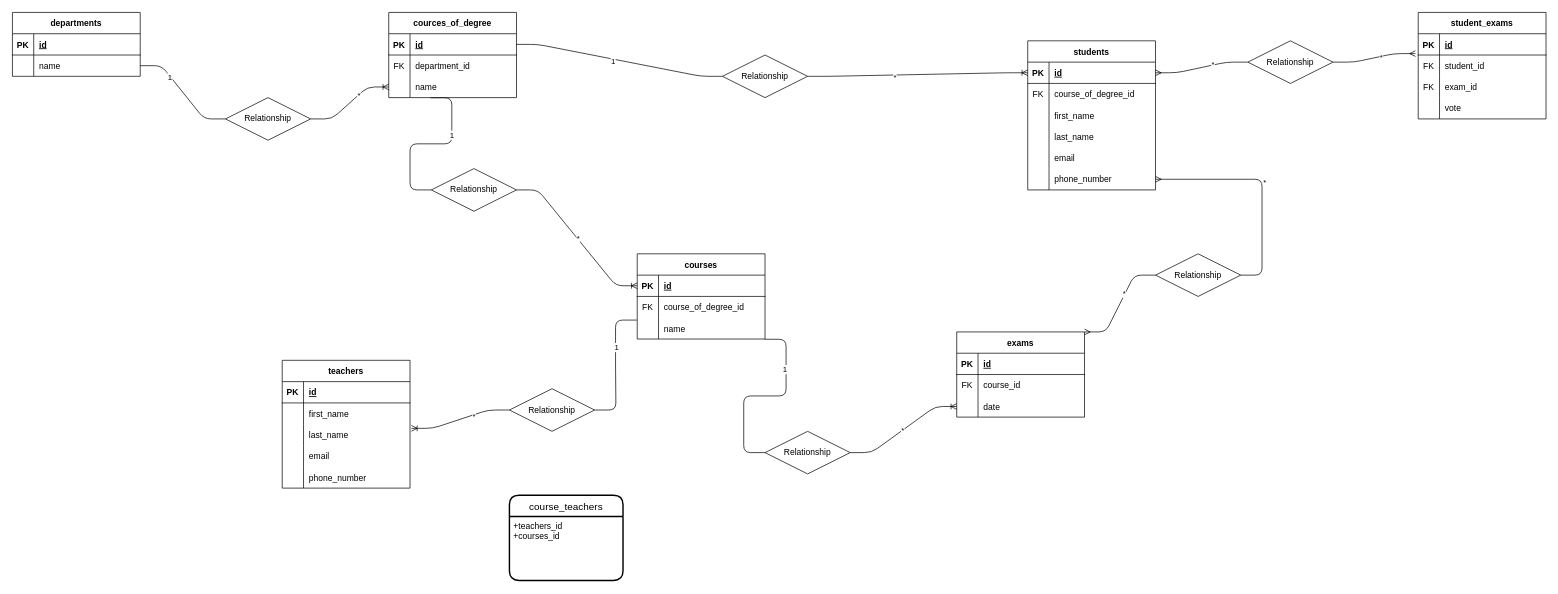
Earlier version of the draw.io diagram schema.drawio (francescopiscaglia/db-university). Source tidied: cells renumbered, new cells numbered last; positions are measured from the earlier drawing's top-left corner, leaving out a move shared by most shapes. Both pictures are drawn from the tidied source at 71%, with x=0, y=0 at pixel (12, 12).
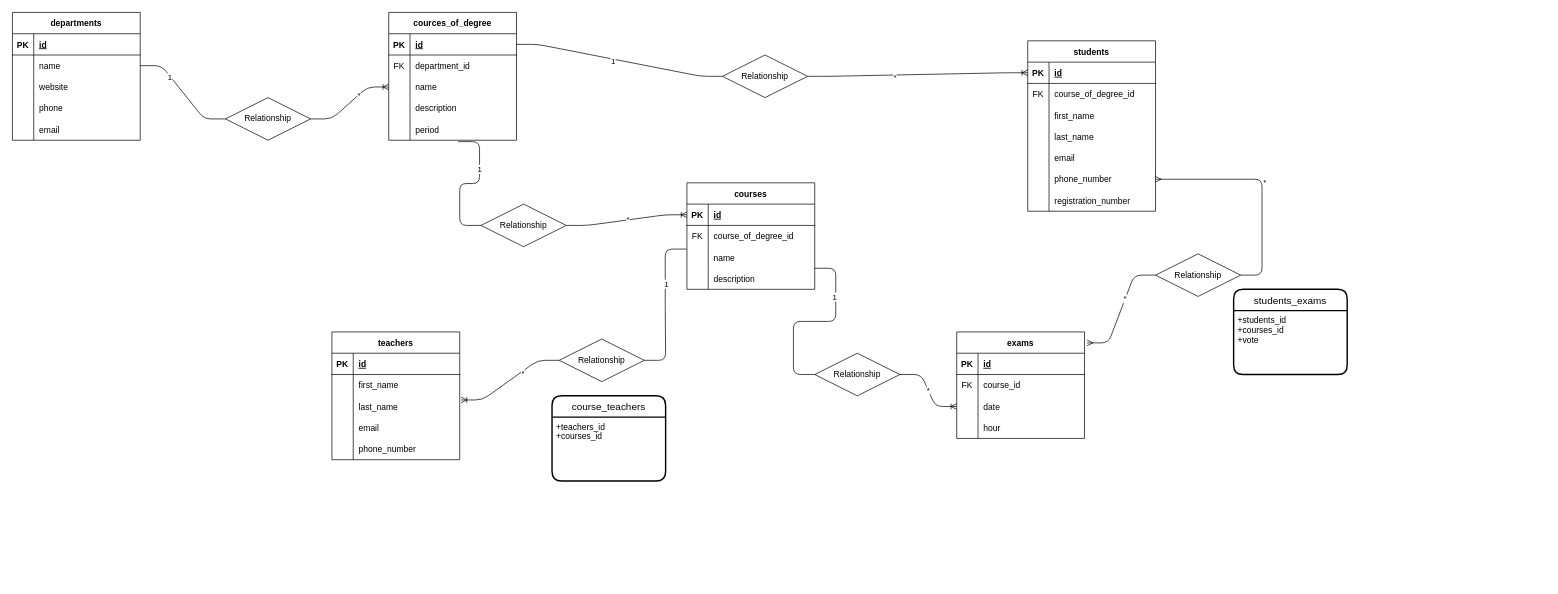
The same page after the edit.

Unchanged cells that the change refers to:
```xml
<mxCell id="16" style="shape=tableRow;horizontal=0;startSize=0;swimlaneHead=0;swimlaneBody=0;fillColor=none;points=[[0,0.5],[1,0.5]];portConstraint=eastwest;top=0;left=0;right=0;bottom=0;" parent="9" vertex="1">
  <mxGeometry y="90" width="180" height="30" as="geometry" />
</mxCell>
<mxCell id="56" style="shape=tableRow;horizontal=0;startSize=0;swimlaneHead=0;swimlaneBody=0;fillColor=none;points=[[0,0.5],[1,0.5]];portConstraint=eastwest;top=0;left=0;right=0;bottom=1;" parent="55" vertex="1">
  <mxGeometry y="30" width="180" height="30" as="geometry" />
</mxCell>
<mxCell id="106" value="Relationship" style="shape=rhombus;perimeter=rhombusPerimeter;whiteSpace=wrap;html=1;align=center;" parent="1" vertex="1">
  <mxGeometry x="1610" y="340" width="120" height="60" as="geometry" />
</mxCell>
```

What changed in the source:
```diff
@@
     <mxCell id="2" value="departments" style="shape=table;startSize=30;childLayout=tableLayout;rowLines=0;fontStyle=1;align=center;" parent="1" vertex="1">
-      <mxGeometry width="180" height="90" as="geometry" />
+      <mxGeometry width="180" height="180" as="geometry" />
     </mxCell>
@@
+    <mxCell id="81" style="shape=tableRow;horizontal=0;startSize=0;swimlaneHead=0;swimlaneBody=0;fillColor=none;top=0;left=0;right=0;bottom=0;" parent="2" vertex="1">
+      <mxGeometry y="90" width="180" height="30" as="geometry" />
+    </mxCell>
+    <mxCell id="124" style="shape=partialRectangle;fillColor=none;top=0;left=0;bottom=0;right=0;overflow=hidden;" parent="81" vertex="1">
+      <mxGeometry width="30" height="30" as="geometry" />
+    </mxCell>
+    <mxCell id="125" value="website" style="shape=partialRectangle;fillColor=none;top=0;left=0;bottom=0;right=0;align=left;spacingLeft=6;overflow=hidden;" parent="81" vertex="1">
+      <mxGeometry x="30" width="150" height="30" as="geometry" />
+    </mxCell>
+    <mxCell id="126" style="shape=tableRow;horizontal=0;startSize=0;swimlaneHead=0;swimlaneBody=0;fillColor=none;top=0;left=0;right=0;bottom=0;" parent="2" vertex="1">
+      <mxGeometry y="120" width="180" height="30" as="geometry" />
+    </mxCell>
+    <mxCell id="127" style="shape=partialRectangle;fillColor=none;top=0;left=0;bottom=0;right=0;overflow=hidden;" parent="126" vertex="1">
+      <mxGeometry width="30" height="30" as="geometry" />
+    </mxCell>
+    <mxCell id="128" value="phone" style="shape=partialRectangle;fillColor=none;top=0;left=0;bottom=0;right=0;align=left;spacingLeft=6;overflow=hidden;" parent="126" vertex="1">
+      <mxGeometry x="30" width="150" height="30" as="geometry" />
+    </mxCell>
+    <mxCell id="129" style="shape=tableRow;horizontal=0;startSize=0;swimlaneHead=0;swimlaneBody=0;fillColor=none;top=0;left=0;right=0;bottom=0;" parent="2" vertex="1">
+      <mxGeometry y="150" width="180" height="30" as="geometry" />
+    </mxCell>
+    <mxCell id="130" style="shape=partialRectangle;fillColor=none;top=0;left=0;bottom=0;right=0;overflow=hidden;" parent="129" vertex="1">
+      <mxGeometry width="30" height="30" as="geometry" />
+    </mxCell>
+    <mxCell id="131" value="email" style="shape=partialRectangle;fillColor=none;top=0;left=0;bottom=0;right=0;align=left;spacingLeft=6;overflow=hidden;" parent="129" vertex="1">
+      <mxGeometry x="30" width="150" height="30" as="geometry" />
+    </mxCell>
     <mxCell id="9" value="cources_of_degree" style="shape=table;startSize=30;childLayout=tableLayout;rowLines=0;fontStyle=1;align=center;" parent="1" vertex="1">
-      <mxGeometry x="530" width="180" height="120" as="geometry" />
+      <mxGeometry x="530" width="180" height="180" as="geometry" />
     </mxCell>
@@
+    <mxCell id="132" style="shape=tableRow;horizontal=0;startSize=0;swimlaneHead=0;swimlaneBody=0;fillColor=none;top=0;left=0;right=0;bottom=0;" parent="9" vertex="1">
+      <mxGeometry y="120" width="180" height="30" as="geometry" />
+    </mxCell>
+    <mxCell id="133" style="shape=partialRectangle;fillColor=none;top=0;left=0;bottom=0;right=0;overflow=hidden;" parent="132" vertex="1">
+      <mxGeometry width="30" height="30" as="geometry" />
+    </mxCell>
+    <mxCell id="134" value="description" style="shape=partialRectangle;fillColor=none;top=0;left=0;bottom=0;right=0;align=left;spacingLeft=6;overflow=hidden;" parent="132" vertex="1">
+      <mxGeometry x="30" width="150" height="30" as="geometry" />
+    </mxCell>
+    <mxCell id="135" style="shape=tableRow;horizontal=0;startSize=0;swimlaneHead=0;swimlaneBody=0;fillColor=none;points=[[0,0.5],[1,0.5]];portConstraint=eastwest;top=0;left=0;right=0;bottom=0;" parent="9" vertex="1">
+      <mxGeometry y="150" width="180" height="30" as="geometry" />
+    </mxCell>
+    <mxCell id="136" style="shape=partialRectangle;fillColor=none;top=0;left=0;bottom=0;right=0;overflow=hidden;" parent="135" vertex="1">
+      <mxGeometry width="30" height="30" as="geometry" />
+    </mxCell>
+    <mxCell id="137" value="period" style="shape=partialRectangle;fillColor=none;top=0;left=0;bottom=0;right=0;align=left;spacingLeft=6;overflow=hidden;" parent="135" vertex="1">
+      <mxGeometry x="30" width="150" height="30" as="geometry" />
+    </mxCell>
     <mxCell id="19" value="courses" style="shape=table;startSize=30;childLayout=tableLayout;rowLines=0;fontStyle=1;align=center;" parent="1" vertex="1">
-      <mxGeometry x="880" y="340" width="180" height="120" as="geometry" />
+      <mxGeometry x="950" y="240" width="180" height="150" as="geometry" />
     </mxCell>
@@
+    <mxCell id="138" style="shape=tableRow;horizontal=0;startSize=0;swimlaneHead=0;swimlaneBody=0;fillColor=none;top=0;left=0;right=0;bottom=0;" parent="19" vertex="1">
+      <mxGeometry y="120" width="180" height="30" as="geometry" />
+    </mxCell>
+    <mxCell id="139" style="shape=partialRectangle;fillColor=none;top=0;left=0;bottom=0;right=0;overflow=hidden;" parent="138" vertex="1">
+      <mxGeometry width="30" height="30" as="geometry" />
+    </mxCell>
+    <mxCell id="140" value="description" style="shape=partialRectangle;fillColor=none;top=0;left=0;bottom=0;right=0;align=left;spacingLeft=6;overflow=hidden;" parent="138" vertex="1">
+      <mxGeometry x="30" width="150" height="30" as="geometry" />
+    </mxCell>
     <mxCell id="29" value="teachers" style="shape=table;startSize=30;childLayout=tableLayout;rowLines=0;fontStyle=1;align=center;" parent="1" vertex="1">
-      <mxGeometry x="380" y="490" width="180" height="180" as="geometry" />
+      <mxGeometry x="450" y="450" width="180" height="180" as="geometry" />
     </mxCell>
@@
     <mxCell id="45" value="exams" style="shape=table;startSize=30;childLayout=tableLayout;rowLines=0;fontStyle=1;align=center;" parent="1" vertex="1">
-      <mxGeometry x="1330" y="450" width="180" height="120" as="geometry" />
+      <mxGeometry x="1330" y="450" width="180" height="150" as="geometry" />
     </mxCell>
@@
+    <mxCell id="141" style="shape=tableRow;horizontal=0;startSize=0;swimlaneHead=0;swimlaneBody=0;fillColor=none;top=0;left=0;right=0;bottom=0;" parent="45" vertex="1">
+      <mxGeometry y="120" width="180" height="30" as="geometry" />
+    </mxCell>
+    <mxCell id="142" style="shape=partialRectangle;fillColor=none;top=0;left=0;bottom=0;right=0;overflow=hidden;" parent="141" vertex="1">
+      <mxGeometry width="30" height="30" as="geometry" />
+    </mxCell>
+    <mxCell id="143" value="hour" style="shape=partialRectangle;fillColor=none;top=0;left=0;bottom=0;right=0;align=left;spacingLeft=6;overflow=hidden;" parent="141" vertex="1">
+      <mxGeometry x="30" width="150" height="30" as="geometry" />
+    </mxCell>
     <mxCell id="55" value="students" style="shape=table;startSize=30;childLayout=tableLayout;rowLines=0;fontStyle=1;align=center;" parent="1" vertex="1">
-      <mxGeometry x="1430" y="40" width="180" height="210" as="geometry" />
+      <mxGeometry x="1430" y="40" width="180" height="240" as="geometry" />
     </mxCell>
@@
-    <mxCell id="74" value="student_exams" style="shape=table;startSize=30;childLayout=tableLayout;rowLines=0;fontStyle=1;align=center;" parent="1" vertex="1">
-      <mxGeometry x="1980" width="180" height="150" as="geometry" />
-    </mxCell>
-    <mxCell id="75" style="shape=tableRow;horizontal=0;startSize=0;swimlaneHead=0;swimlaneBody=0;fillColor=none;top=0;left=0;right=0;bottom=1;" parent="74" vertex="1">
-      <mxGeometry y="30" width="180" height="30" as="geometry" />
-    </mxCell>
-    <mxCell id="76" value="PK" style="shape=partialRectangle;fillColor=none;top=0;left=0;bottom=0;right=0;fontStyle=1;overflow=hidden;" parent="75" vertex="1">
-      <mxGeometry width="30" height="30" as="geometry" />
-    </mxCell>
-    <mxCell id="77" value="id" style="shape=partialRectangle;fillColor=none;top=0;left=0;bottom=0;right=0;align=left;spacingLeft=6;fontStyle=5;overflow=hidden;" parent="75" vertex="1">
-      <mxGeometry x="30" width="150" height="30" as="geometry" />
-    </mxCell>
-    <mxCell id="78" style="shape=tableRow;horizontal=0;startSize=0;swimlaneHead=0;swimlaneBody=0;fillColor=none;points=[[0,0.5],[1,0.5]];portConstraint=eastwest;top=0;left=0;right=0;bottom=0;" parent="74" vertex="1">
-      <mxGeometry y="60" width="180" height="30" as="geometry" />
-    </mxCell>
-    <mxCell id="79" value="FK" style="shape=partialRectangle;fillColor=none;top=0;left=0;bottom=0;right=0;overflow=hidden;" parent="78" vertex="1">
-      <mxGeometry width="30" height="30" as="geometry" />
-    </mxCell>
-    <mxCell id="80" value="student_id" style="shape=partialRectangle;fillColor=none;top=0;left=0;bottom=0;right=0;align=left;spacingLeft=6;overflow=hidden;" parent="78" vertex="1">
-      <mxGeometry x="30" width="150" height="30" as="geometry" />
-    </mxCell>
-    <mxCell id="81" style="shape=tableRow;horizontal=0;startSize=0;swimlaneHead=0;swimlaneBody=0;fillColor=none;top=0;left=0;right=0;bottom=0;" parent="74" vertex="1">
-      <mxGeometry y="90" width="180" height="30" as="geometry" />
-    </mxCell>
-    <mxCell id="82" value="FK" style="shape=partialRectangle;fillColor=none;top=0;left=0;bottom=0;right=0;overflow=hidden;" parent="81" vertex="1">
-      <mxGeometry width="30" height="30" as="geometry" />
-    </mxCell>
-    <mxCell id="83" value="exam_id" style="shape=partialRectangle;fillColor=none;top=0;left=0;bottom=0;right=0;align=left;spacingLeft=6;overflow=hidden;" parent="81" vertex="1">
-      <mxGeometry x="30" width="150" height="30" as="geometry" />
-    </mxCell>
-    <mxCell id="84" style="shape=tableRow;horizontal=0;startSize=0;swimlaneHead=0;swimlaneBody=0;fillColor=none;top=0;left=0;right=0;bottom=0;" parent="74" vertex="1">
-      <mxGeometry y="120" width="180" height="30" as="geometry" />
-    </mxCell>
-    <mxCell id="85" style="shape=partialRectangle;fillColor=none;top=0;left=0;bottom=0;right=0;overflow=hidden;" parent="84" vertex="1">
-      <mxGeometry width="30" height="30" as="geometry" />
-    </mxCell>
-    <mxCell id="86" value="vote" style="shape=partialRectangle;fillColor=none;top=0;left=0;bottom=0;right=0;align=left;spacingLeft=6;overflow=hidden;" parent="84" vertex="1">
-      <mxGeometry x="30" width="150" height="30" as="geometry" />
-    </mxCell>
+    <mxCell id="144" style="shape=tableRow;horizontal=0;startSize=0;swimlaneHead=0;swimlaneBody=0;fillColor=none;top=0;left=0;right=0;bottom=0;" parent="55" vertex="1">
+      <mxGeometry y="210" width="180" height="30" as="geometry" />
+    </mxCell>
+    <mxCell id="145" style="shape=partialRectangle;fillColor=none;top=0;left=0;bottom=0;right=0;overflow=hidden;" parent="144" vertex="1">
+      <mxGeometry width="30" height="30" as="geometry" />
+    </mxCell>
+    <mxCell id="146" value="registration_number" style="shape=partialRectangle;fillColor=none;top=0;left=0;bottom=0;right=0;align=left;spacingLeft=6;overflow=hidden;" parent="144" vertex="1">
+      <mxGeometry x="30" width="150" height="30" as="geometry" />
+    </mxCell>
@@
-    <mxCell id="94" style="edgeStyle=entityRelationEdgeStyle;fontSize=12;html=1;endArrow=none;exitX=0.327;exitY=1.006;exitDx=0;exitDy=0;exitPerimeter=0;entryX=0;entryY=0.5;entryDx=0;entryDy=0;" parent="1" edge="1" source="16" target="96">
+    <mxCell id="94" style="edgeStyle=entityRelationEdgeStyle;fontSize=12;html=1;endArrow=none;exitX=0.544;exitY=1.067;exitDx=0;exitDy=0;exitPerimeter=0;entryX=0;entryY=0.5;entryDx=0;entryDy=0;" parent="1" edge="1" source="135" target="96">
       <mxGeometry relative="1" as="geometry" />
     </mxCell>
@@
     <mxCell id="96" value="Relationship" style="shape=rhombus;perimeter=rhombusPerimeter;whiteSpace=wrap;html=1;align=center;" parent="1" vertex="1">
-      <mxGeometry x="590" y="220" width="120" height="60" as="geometry" />
+      <mxGeometry x="660" y="270" width="120" height="60" as="geometry" />
     </mxCell>
@@
     <mxCell id="101" value="Relationship" style="shape=rhombus;perimeter=rhombusPerimeter;whiteSpace=wrap;html=1;align=center;" parent="1" vertex="1">
-      <mxGeometry x="1060" y="590" width="120" height="60" as="geometry" />
+      <mxGeometry x="1130" y="480" width="120" height="60" as="geometry" />
     </mxCell>
@@
-    <mxCell id="104" style="edgeStyle=entityRelationEdgeStyle;fontSize=12;html=1;endArrow=none;startArrow=ERmany;entryX=0;entryY=0.5;entryDx=0;entryDy=0;" parent="1" edge="1" target="106">
-      <mxGeometry relative="1" as="geometry">
-        <mxPoint x="1510" y="450" as="sourcePoint" />
-      </mxGeometry>
+    <mxCell id="104" style="edgeStyle=entityRelationEdgeStyle;fontSize=12;html=1;endArrow=none;startArrow=ERmany;entryX=0;entryY=0.5;entryDx=0;entryDy=0;exitX=1.02;exitY=0.103;exitDx=0;exitDy=0;exitPerimeter=0;" parent="1" edge="1" source="45" target="106">
+      <mxGeometry relative="1" as="geometry" />
     </mxCell>
@@
-    <mxCell id="112" style="edgeStyle=entityRelationEdgeStyle;fontSize=12;html=1;endArrow=ERmany;startArrow=none;exitX=1;exitY=0.5;exitDx=0;exitDy=0;entryX=-0.022;entryY=-0.067;entryDx=0;entryDy=0;entryPerimeter=0;" parent="1" edge="1" source="116" target="78">
-      <mxGeometry relative="1" as="geometry" />
-    </mxCell>
-    <mxCell id="113" value="*" style="edgeLabel;html=1;align=center;verticalAlign=middle;" parent="112" vertex="1">
-      <mxGeometry x="0.16" y="-2" relative="1" as="geometry" />
-    </mxCell>
-    <mxCell id="114" style="edgeStyle=entityRelationEdgeStyle;fontSize=12;html=1;endArrow=none;startArrow=ERmany;exitX=1;exitY=0.5;exitDx=0;exitDy=0;" parent="1" edge="1" source="56" target="116">
-      <mxGeometry relative="1" as="geometry" />
-    </mxCell>
-    <mxCell id="115" value="*" style="edgeLabel;html=1;align=center;verticalAlign=middle;" parent="114" vertex="1">
-      <mxGeometry x="0.24" y="1" relative="1" as="geometry" />
-    </mxCell>
-    <mxCell id="116" value="Relationship" style="shape=rhombus;perimeter=rhombusPerimeter;whiteSpace=wrap;html=1;align=center;" parent="1" vertex="1">
-      <mxGeometry x="1740" y="40" width="120" height="60" as="geometry" />
-    </mxCell>
     <mxCell id="117" value="course_teachers" style="swimlane;horizontal=1;startSize=30;rounded=1;fontSize=14;fontStyle=0;strokeWidth=2;shadow=0;dashed=0;align=center;" parent="1" vertex="1">
-      <mxGeometry x="700" y="680" width="160" height="120" as="geometry" />
+      <mxGeometry x="760" y="540" width="160" height="120" as="geometry" />
     </mxCell>
@@
     <mxCell id="123" value="Relationship" style="shape=rhombus;perimeter=rhombusPerimeter;whiteSpace=wrap;html=1;align=center;" parent="1" vertex="1">
-      <mxGeometry x="700" y="530" width="120" height="60" as="geometry" />
+      <mxGeometry x="770" y="460" width="120" height="60" as="geometry" />
     </mxCell>
+    <mxCell id="147" value="students_exams" style="swimlane;horizontal=1;startSize=30;rounded=1;fontSize=14;fontStyle=0;strokeWidth=2;shadow=0;dashed=0;align=center;" parent="1" vertex="1">
+      <mxGeometry x="1720" y="390" width="160" height="120" as="geometry" />
+    </mxCell>
+    <mxCell id="148" value="+students_id&#10;+courses_id&#10;+vote" style="align=left;strokeColor=none;fillColor=none;spacingLeft=4;fontSize=12;verticalAlign=top;" parent="147" vertex="1">
+      <mxGeometry y="30" width="160" height="90" as="geometry" />
+    </mxCell>
```
